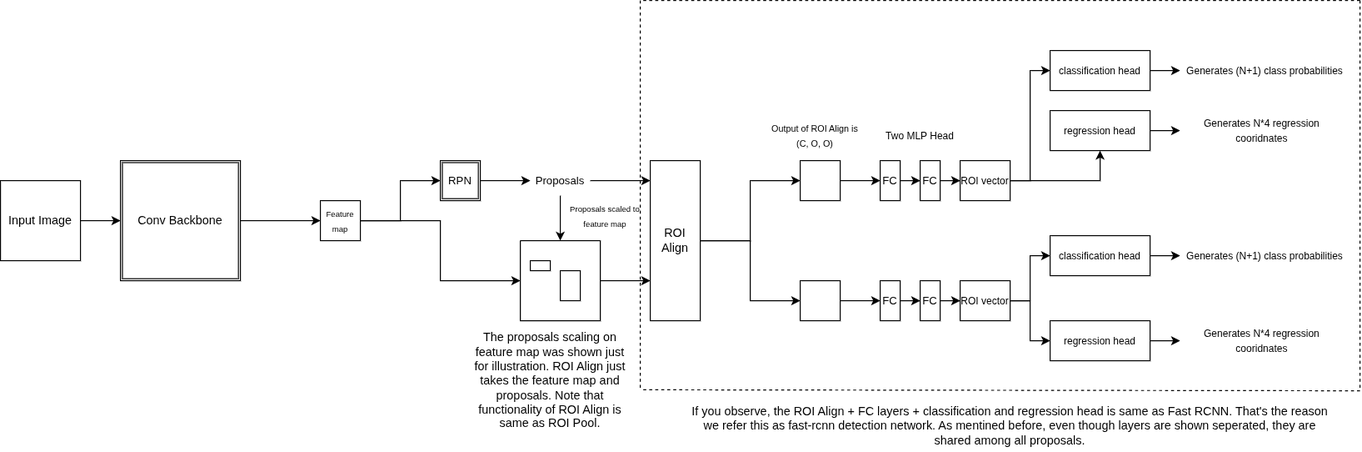
This is images/2-stage-object-detection/faster-rcnn-architecture.png from lumliolum/lumliolum.github.io, a draw.io export, as it was before one commit. Source tidied: cells renumbered, new cells last; positions are measured from the earlier drawing's top-left corner, leaving out a move shared by most shapes.
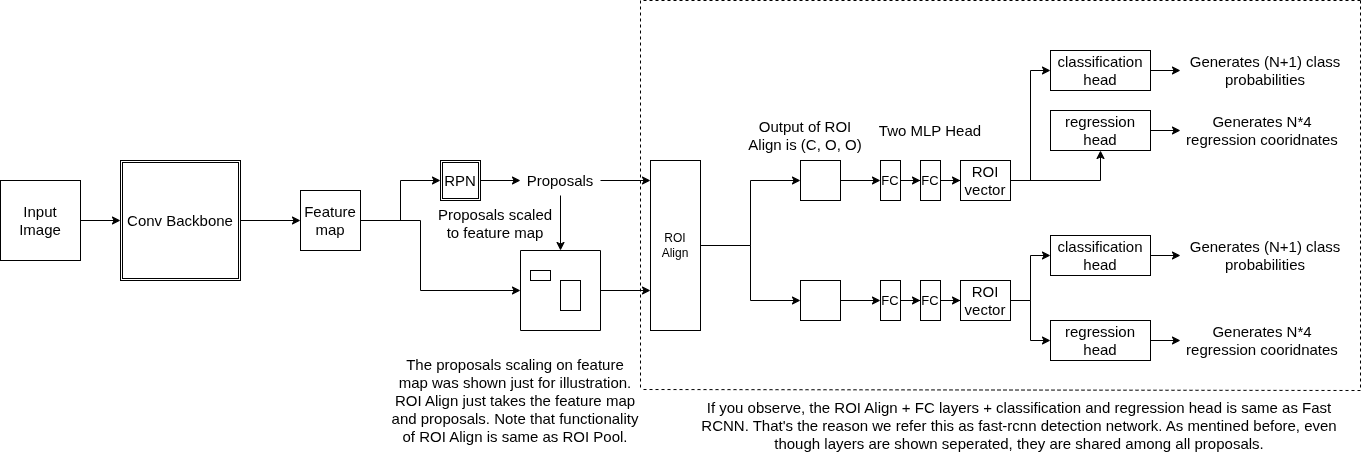
After the change.

Change to the diagram source:
```diff
@@ -5,20 +5,25 @@
     <mxCell id="2" style="edgeStyle=orthogonalEdgeStyle;rounded=0;jettySize=auto;html=1;" parent="1" edge="1" source="3" target="4">
       <mxGeometry relative="1" as="geometry" />
     </mxCell>
-    <mxCell id="3" value="Input Image" style="rounded=0;whiteSpace=wrap;html=1;" parent="1" vertex="1">
+    <mxCell id="3" value="&lt;font style=&quot;font-size: 15px;&quot;&gt;Input Image&lt;/font&gt;" style="rounded=0;whiteSpace=wrap;html=1;" parent="1" vertex="1">
       <mxGeometry y="180" width="80" height="80" as="geometry" />
     </mxCell>
-    <mxCell id="4" value="Conv Backbone" style="shape=ext;double=1;whiteSpace=wrap;html=1;" parent="1" vertex="1">
+    <mxCell id="4" value="&lt;font style=&quot;font-size: 15px;&quot;&gt;Conv Backbone&lt;/font&gt;" style="shape=ext;double=1;whiteSpace=wrap;html=1;" parent="1" vertex="1">
       <mxGeometry x="120" y="160" width="120" height="120" as="geometry" />
     </mxCell>
     <mxCell id="5" style="edgeStyle=orthogonalEdgeStyle;rounded=0;jettySize=auto;html=1;entryX=0;entryY=0.5;entryDx=0;entryDy=0;" parent="1" edge="1" source="7" target="10">
       <mxGeometry relative="1" as="geometry" />
     </mxCell>
     <mxCell id="6" style="edgeStyle=orthogonalEdgeStyle;rounded=0;jettySize=auto;html=1;" parent="1" edge="1" source="7" target="14">
-      <mxGeometry relative="1" as="geometry" />
+      <mxGeometry relative="1" as="geometry">
+        <Array as="points">
+          <mxPoint x="420" y="220" />
+          <mxPoint x="420" y="290" />
+        </Array>
+      </mxGeometry>
     </mxCell>
-    <mxCell id="7" value="&lt;font style=&quot;font-size: 8px;&quot;&gt;Feature map&lt;/font&gt;" style="whiteSpace=wrap;html=1;" parent="1" vertex="1">
-      <mxGeometry x="320" y="200" width="40" height="40" as="geometry" />
+    <mxCell id="7" value="&lt;font style=&quot;font-size: 15px;&quot;&gt;Feature map&lt;/font&gt;" style="whiteSpace=wrap;html=1;" parent="1" vertex="1">
+      <mxGeometry x="300" y="190" width="60" height="60" as="geometry" />
     </mxCell>
     <mxCell id="8" style="endArrow=classic;html=1;rounded=0;exitX=1;exitY=0.5;exitDx=0;exitDy=0;entryX=0;entryY=0.5;entryDx=0;entryDy=0;" parent="1" edge="1" source="4" target="7">
       <mxGeometry relative="1" as="geometry" />
@@ -26,20 +31,33 @@
     <mxCell id="9" style="edgeStyle=orthogonalEdgeStyle;rounded=0;jettySize=auto;html=1;" parent="1" edge="1" source="10" target="12">
       <mxGeometry relative="1" as="geometry" />
     </mxCell>
-    <mxCell id="10" value="&lt;font style=&quot;font-size: 11px;&quot;&gt;RPN&lt;/font&gt;" style="shape=ext;double=1;whiteSpace=wrap;html=1;" parent="1" vertex="1">
+    <mxCell id="10" value="&lt;font style=&quot;font-size: 15px;&quot;&gt;RPN&lt;/font&gt;" style="shape=ext;double=1;whiteSpace=wrap;html=1;" parent="1" vertex="1">
       <mxGeometry x="440" y="160" width="40" height="40" as="geometry" />
     </mxCell>
     <mxCell id="11" style="edgeStyle=orthogonalEdgeStyle;rounded=0;jettySize=auto;html=1;entryX=0.5;entryY=0;entryDx=0;entryDy=0;" parent="1" edge="1" source="12" target="14">
       <mxGeometry relative="1" as="geometry" />
     </mxCell>
+    <mxCell id="21" style="edgeStyle=orthogonalEdgeStyle;rounded=0;jettySize=auto;html=1;" parent="1" edge="1" source="12" target="20">
+      <mxGeometry relative="1" as="geometry">
+        <Array as="points">
+          <mxPoint x="670" y="180" />
+          <mxPoint x="670" y="180" />
+        </Array>
+      </mxGeometry>
+    </mxCell>
-    <mxCell id="12" value="&lt;font style=&quot;font-size: 11px;&quot;&gt;Proposals&lt;/font&gt;" style="text;html=1;align=center;verticalAlign=middle;whiteSpace=wrap;rounded=0;" parent="1" vertex="1">
-      <mxGeometry x="530" y="165" width="60" height="30" as="geometry" />
+    <mxCell id="12" value="&lt;font style=&quot;font-size: 15px;&quot;&gt;Proposals&lt;/font&gt;" style="text;html=1;align=center;verticalAlign=middle;whiteSpace=wrap;rounded=0;" parent="1" vertex="1">
+      <mxGeometry x="520" y="165" width="80" height="30" as="geometry" />
     </mxCell>
-    <mxCell id="13" style="edgeStyle=orthogonalEdgeStyle;rounded=0;jettySize=auto;html=1;entryX=0;entryY=0.75;entryDx=0;entryDy=0;" parent="1" edge="1" source="14" target="20">
-      <mxGeometry relative="1" as="geometry" />
+    <mxCell id="13" style="edgeStyle=orthogonalEdgeStyle;rounded=0;jettySize=auto;html=1;" parent="1" edge="1" source="14" target="20">
+      <mxGeometry relative="1" as="geometry">
+        <Array as="points">
+          <mxPoint x="640" y="290" />
+          <mxPoint x="640" y="290" />
+        </Array>
+      </mxGeometry>
     </mxCell>
     <mxCell id="14" style="swimlane;startSize=0;" parent="1" vertex="1">
-      <mxGeometry x="520" y="240" width="80" height="80" as="geometry" />
+      <mxGeometry x="520" y="250" width="80" height="80" as="geometry" />
     </mxCell>
     <mxCell id="15" style="whiteSpace=wrap;html=1;" parent="14" vertex="1">
       <mxGeometry x="10" y="20" width="20" height="10" as="geometry" />
@@ -47,8 +65,8 @@
     <mxCell id="16" style="whiteSpace=wrap;html=1;" parent="14" vertex="1">
       <mxGeometry x="40" y="30" width="20" height="30" as="geometry" />
     </mxCell>
-    <mxCell id="17" value="&lt;font style=&quot;font-size: 8px;&quot;&gt;Proposals scaled to feature map&lt;/font&gt;" style="text;html=1;align=center;verticalAlign=middle;whiteSpace=wrap;rounded=0;" parent="1" vertex="1">
-      <mxGeometry x="560" y="200" width="90" height="30" as="geometry" />
+    <mxCell id="17" value="&lt;font style=&quot;font-size: 15px;&quot;&gt;Proposals scaled to feature map&lt;/font&gt;" style="text;html=1;align=center;verticalAlign=middle;whiteSpace=wrap;rounded=0;" parent="1" vertex="1">
+      <mxGeometry x="430" y="205" width="130" height="35" as="geometry" />
     </mxCell>
     <mxCell id="18" style="edgeStyle=orthogonalEdgeStyle;rounded=0;jettySize=auto;html=1;entryX=0;entryY=0.5;entryDx=0;entryDy=0;" parent="1" edge="1" source="20" target="24">
       <mxGeometry relative="1" as="geometry" />
@@ -57,13 +75,10 @@
       <mxGeometry relative="1" as="geometry" />
     </mxCell>
     <mxCell id="20" value="ROI Align" style="rounded=0;whiteSpace=wrap;html=1;" parent="1" vertex="1">
-      <mxGeometry x="650" y="160" width="50" height="160" as="geometry" />
+      <mxGeometry x="650" y="160" width="50" height="170" as="geometry" />
     </mxCell>
-    <mxCell id="21" style="edgeStyle=orthogonalEdgeStyle;rounded=0;jettySize=auto;html=1;entryX=0;entryY=0.125;entryDx=0;entryDy=0;entryPerimeter=0;" parent="1" edge="1" source="12" target="20">
-      <mxGeometry relative="1" as="geometry" />
-    </mxCell>
-    <mxCell id="22" value="The proposals scaling on feature map was shown just for illustration. ROI Align just takes the feature map and proposals. Note that functionality of ROI Align is same as ROI Pool." style="text;html=1;align=center;verticalAlign=middle;whiteSpace=wrap;rounded=0;" parent="1" vertex="1">
-      <mxGeometry x="470" y="320" width="160" height="120" as="geometry" />
+    <mxCell id="22" value="&lt;font style=&quot;font-size: 15px;&quot;&gt;The proposals scaling on feature map was shown just for illustration. ROI Align just takes the feature map and proposals. Note that functionality of ROI Align is same as ROI Pool.&lt;/font&gt;" style="text;html=1;align=center;verticalAlign=middle;whiteSpace=wrap;rounded=0;" parent="1" vertex="1">
+      <mxGeometry x="390" y="340" width="250" height="120" as="geometry" />
     </mxCell>
     <mxCell id="23" style="edgeStyle=orthogonalEdgeStyle;rounded=0;jettySize=auto;html=1;" parent="1" edge="1" source="24" target="41">
       <mxGeometry relative="1" as="geometry" />
@@ -77,8 +92,8 @@
     <mxCell id="26" style="whiteSpace=wrap;html=1;" parent="1" vertex="1">
       <mxGeometry x="800" y="280" width="40" height="40" as="geometry" />
     </mxCell>
-    <mxCell id="27" value="&lt;font style=&quot;font-size: 9px;&quot;&gt;Output of ROI Align is (C, O, O)&lt;/font&gt;" style="text;html=1;strokeColor=none;fillColor=none;align=center;verticalAlign=middle;whiteSpace=wrap;rounded=0;" parent="1" vertex="1">
-      <mxGeometry x="770" y="120" width="90" height="30" as="geometry" />
+    <mxCell id="27" value="&lt;font style=&quot;font-size: 15px;&quot;&gt;Output of ROI Align is (C, O, O)&lt;/font&gt;" style="text;html=1;strokeColor=none;fillColor=none;align=center;verticalAlign=middle;whiteSpace=wrap;rounded=0;" parent="1" vertex="1">
+      <mxGeometry x="740" y="95" width="130" height="80" as="geometry" />
     </mxCell>
     <mxCell id="28" style="edgeStyle=orthogonalEdgeStyle;rounded=0;jettySize=auto;html=1;" parent="1" edge="1" source="41" target="30">
       <mxGeometry relative="1" as="geometry" />
@@ -86,7 +101,7 @@
     <mxCell id="29" style="edgeStyle=orthogonalEdgeStyle;rounded=0;jettySize=auto;html=1;" parent="1" edge="1" source="30" target="33">
       <mxGeometry relative="1" as="geometry" />
     </mxCell>
-    <mxCell id="30" value="&lt;font style=&quot;font-size: 11px;&quot;&gt;FC&lt;/font&gt;" style="rounded=0;whiteSpace=wrap;html=1;" parent="1" vertex="1">
+    <mxCell id="30" value="&lt;font style=&quot;font-size: 13px;&quot;&gt;FC&lt;/font&gt;" style="rounded=0;whiteSpace=wrap;html=1;" parent="1" vertex="1">
       <mxGeometry x="920" y="160" width="20" height="40" as="geometry" />
     </mxCell>
     <mxCell id="31" style="edgeStyle=orthogonalEdgeStyle;rounded=0;jettySize=auto;html=1;entryX=0;entryY=0.5;entryDx=0;entryDy=0;" parent="1" edge="1" source="33" target="35">
@@ -95,31 +110,31 @@
     <mxCell id="32" style="edgeStyle=orthogonalEdgeStyle;rounded=0;jettySize=auto;html=1;" parent="1" edge="1" source="33" target="38">
       <mxGeometry relative="1" as="geometry" />
     </mxCell>
-    <mxCell id="33" value="&lt;font style=&quot;font-size: 10px;&quot;&gt;ROI vector&lt;/font&gt;" style="rounded=0;whiteSpace=wrap;html=1;" parent="1" vertex="1">
+    <mxCell id="33" value="&lt;font style=&quot;font-size: 15px;&quot;&gt;ROI vector&lt;/font&gt;" style="rounded=0;whiteSpace=wrap;html=1;" parent="1" vertex="1">
       <mxGeometry x="960" y="160" width="50" height="40" as="geometry" />
     </mxCell>
     <mxCell id="34" style="edgeStyle=orthogonalEdgeStyle;rounded=0;jettySize=auto;html=1;" parent="1" edge="1" source="35" target="36">
       <mxGeometry relative="1" as="geometry" />
     </mxCell>
-    <mxCell id="35" value="&lt;font style=&quot;font-size: 10px;&quot;&gt;classification head&lt;/font&gt;" style="whiteSpace=wrap;html=1;rounded=0;" parent="1" vertex="1">
+    <mxCell id="35" value="&lt;font style=&quot;font-size: 15px;&quot;&gt;classification head&lt;/font&gt;" style="whiteSpace=wrap;html=1;rounded=0;" parent="1" vertex="1">
       <mxGeometry x="1050" y="50" width="100" height="40" as="geometry" />
     </mxCell>
-    <mxCell id="36" value="&lt;font style=&quot;font-size: 10px;&quot;&gt;Generates (N+1) class probabilities&lt;/font&gt;" style="text;html=1;strokeColor=none;fillColor=none;align=center;verticalAlign=middle;whiteSpace=wrap;rounded=0;" parent="1" vertex="1">
+    <mxCell id="36" value="&lt;font style=&quot;font-size: 15px;&quot;&gt;Generates (N+1) class probabilities&lt;/font&gt;" style="text;html=1;strokeColor=none;fillColor=none;align=center;verticalAlign=middle;whiteSpace=wrap;rounded=0;" parent="1" vertex="1">
       <mxGeometry x="1180" y="55" width="170" height="30" as="geometry" />
     </mxCell>
     <mxCell id="37" style="edgeStyle=orthogonalEdgeStyle;rounded=0;jettySize=auto;html=1;" parent="1" edge="1" source="38" target="39">
       <mxGeometry relative="1" as="geometry" />
     </mxCell>
-    <mxCell id="38" value="&lt;font style=&quot;font-size: 10px;&quot;&gt;regression head&lt;/font&gt;" style="whiteSpace=wrap;html=1;rounded=0;" parent="1" vertex="1">
+    <mxCell id="38" value="&lt;font style=&quot;font-size: 15px;&quot;&gt;regression head&lt;/font&gt;" style="whiteSpace=wrap;html=1;rounded=0;" parent="1" vertex="1">
       <mxGeometry x="1050" y="110" width="100" height="40" as="geometry" />
     </mxCell>
-    <mxCell id="39" value="&lt;font style=&quot;font-size: 10px;&quot;&gt;Generates N*4 regression cooridnates&lt;/font&gt;" style="text;html=1;strokeColor=none;fillColor=none;align=center;verticalAlign=middle;whiteSpace=wrap;rounded=0;" parent="1" vertex="1">
+    <mxCell id="39" value="&lt;font style=&quot;font-size: 15px;&quot;&gt;Generates N*4 regression cooridnates&lt;/font&gt;" style="text;html=1;strokeColor=none;fillColor=none;align=center;verticalAlign=middle;whiteSpace=wrap;rounded=0;" parent="1" vertex="1">
       <mxGeometry x="1180" y="115" width="164" height="30" as="geometry" />
     </mxCell>
-    <mxCell id="40" value="&lt;font style=&quot;font-size: 10px;&quot;&gt;Two MLP Head&lt;/font&gt;" style="text;html=1;strokeColor=none;fillColor=none;align=center;verticalAlign=middle;whiteSpace=wrap;rounded=0;" parent="1" vertex="1">
-      <mxGeometry x="880" y="120" width="80" height="30" as="geometry" />
+    <mxCell id="40" value="&lt;font style=&quot;font-size: 15px;&quot;&gt;Two MLP Head&lt;/font&gt;" style="text;html=1;strokeColor=none;fillColor=none;align=center;verticalAlign=middle;whiteSpace=wrap;rounded=0;" parent="1" vertex="1">
+      <mxGeometry x="870" y="115" width="120" height="30" as="geometry" />
     </mxCell>
-    <mxCell id="41" value="&lt;font style=&quot;font-size: 11px;&quot;&gt;FC&lt;/font&gt;" style="rounded=0;whiteSpace=wrap;html=1;" parent="1" vertex="1">
+    <mxCell id="41" value="&lt;font style=&quot;font-size: 13px;&quot;&gt;FC&lt;/font&gt;" style="rounded=0;whiteSpace=wrap;html=1;" parent="1" vertex="1">
       <mxGeometry x="880" y="160" width="20" height="40" as="geometry" />
     </mxCell>
     <mxCell id="42" style="edgeStyle=orthogonalEdgeStyle;rounded=0;jettySize=auto;html=1;" parent="1" edge="1" source="54" target="44">
@@ -128,7 +143,7 @@
     <mxCell id="43" style="edgeStyle=orthogonalEdgeStyle;rounded=0;jettySize=auto;html=1;" parent="1" edge="1" source="44" target="47">
       <mxGeometry relative="1" as="geometry" />
     </mxCell>
-    <mxCell id="44" value="&lt;font style=&quot;font-size: 11px;&quot;&gt;FC&lt;/font&gt;" style="rounded=0;whiteSpace=wrap;html=1;" parent="1" vertex="1">
+    <mxCell id="44" value="&lt;font style=&quot;font-size: 13px;&quot;&gt;FC&lt;/font&gt;" style="rounded=0;whiteSpace=wrap;html=1;" parent="1" vertex="1">
       <mxGeometry x="920" y="280" width="20" height="40" as="geometry" />
     </mxCell>
     <mxCell id="45" style="edgeStyle=orthogonalEdgeStyle;rounded=0;jettySize=auto;html=1;entryX=0;entryY=0.5;entryDx=0;entryDy=0;" parent="1" edge="1" source="47" target="49">
@@ -137,28 +152,28 @@
     <mxCell id="46" style="edgeStyle=orthogonalEdgeStyle;rounded=0;jettySize=auto;html=1;" parent="1" edge="1" source="47" target="52">
       <mxGeometry relative="1" as="geometry" />
     </mxCell>
-    <mxCell id="47" value="&lt;font style=&quot;font-size: 10px;&quot;&gt;ROI vector&lt;/font&gt;" style="rounded=0;whiteSpace=wrap;html=1;" parent="1" vertex="1">
+    <mxCell id="47" value="&lt;font style=&quot;font-size: 15px;&quot;&gt;ROI vector&lt;/font&gt;" style="rounded=0;whiteSpace=wrap;html=1;" parent="1" vertex="1">
       <mxGeometry x="960" y="280" width="50" height="40" as="geometry" />
     </mxCell>
     <mxCell id="48" style="edgeStyle=orthogonalEdgeStyle;rounded=0;jettySize=auto;html=1;" parent="1" edge="1" source="49" target="50">
       <mxGeometry relative="1" as="geometry" />
     </mxCell>
-    <mxCell id="49" value="&lt;font style=&quot;font-size: 10px;&quot;&gt;classification head&lt;/font&gt;" style="whiteSpace=wrap;html=1;rounded=0;" parent="1" vertex="1">
+    <mxCell id="49" value="&lt;font style=&quot;font-size: 15px;&quot;&gt;classification head&lt;/font&gt;" style="whiteSpace=wrap;html=1;rounded=0;" parent="1" vertex="1">
       <mxGeometry x="1050" y="235" width="100" height="40" as="geometry" />
     </mxCell>
-    <mxCell id="50" value="&lt;font style=&quot;font-size: 10px;&quot;&gt;Generates (N+1) class probabilities&lt;/font&gt;" style="text;html=1;strokeColor=none;fillColor=none;align=center;verticalAlign=middle;whiteSpace=wrap;rounded=0;" parent="1" vertex="1">
+    <mxCell id="50" value="&lt;font style=&quot;font-size: 15px;&quot;&gt;Generates (N+1) class probabilities&lt;/font&gt;" style="text;html=1;strokeColor=none;fillColor=none;align=center;verticalAlign=middle;whiteSpace=wrap;rounded=0;" parent="1" vertex="1">
       <mxGeometry x="1180" y="240" width="170" height="30" as="geometry" />
     </mxCell>
     <mxCell id="51" style="edgeStyle=orthogonalEdgeStyle;rounded=0;jettySize=auto;html=1;" parent="1" edge="1" source="52" target="53">
       <mxGeometry relative="1" as="geometry" />
     </mxCell>
-    <mxCell id="52" value="&lt;font style=&quot;font-size: 10px;&quot;&gt;regression head&lt;/font&gt;" style="whiteSpace=wrap;html=1;rounded=0;" parent="1" vertex="1">
+    <mxCell id="52" value="&lt;font style=&quot;font-size: 15px;&quot;&gt;regression head&lt;/font&gt;" style="whiteSpace=wrap;html=1;rounded=0;" parent="1" vertex="1">
       <mxGeometry x="1050" y="320" width="100" height="40" as="geometry" />
     </mxCell>
-    <mxCell id="53" value="&lt;font style=&quot;font-size: 10px;&quot;&gt;Generates N*4 regression cooridnates&lt;/font&gt;" style="text;html=1;strokeColor=none;fillColor=none;align=center;verticalAlign=middle;whiteSpace=wrap;rounded=0;" parent="1" vertex="1">
+    <mxCell id="53" value="&lt;font style=&quot;font-size: 15px;&quot;&gt;Generates N*4 regression cooridnates&lt;/font&gt;" style="text;html=1;strokeColor=none;fillColor=none;align=center;verticalAlign=middle;whiteSpace=wrap;rounded=0;" parent="1" vertex="1">
       <mxGeometry x="1180" y="325" width="164" height="30" as="geometry" />
     </mxCell>
-    <mxCell id="54" value="&lt;font style=&quot;font-size: 11px;&quot;&gt;FC&lt;/font&gt;" style="rounded=0;whiteSpace=wrap;html=1;" parent="1" vertex="1">
+    <mxCell id="54" value="&lt;font style=&quot;font-size: 13px;&quot;&gt;FC&lt;/font&gt;" style="rounded=0;whiteSpace=wrap;html=1;" parent="1" vertex="1">
       <mxGeometry x="880" y="280" width="20" height="40" as="geometry" />
     </mxCell>
     <mxCell id="55" style="endArrow=none;dashed=1;html=1;rounded=0;" parent="1" edge="1">
@@ -185,8 +200,8 @@
         <mxPoint x="1360" y="390" as="targetPoint" />
       </mxGeometry>
     </mxCell>
-    <mxCell id="59" value="If you observe, the ROI Align + FC layers + classification and regression head is same as Fast RCNN. That's the reason we refer this as fast-rcnn detection network. As mentined before, even though layers are shown seperated, they are shared among all proposals." style="text;html=1;align=center;verticalAlign=middle;whiteSpace=wrap;rounded=0;" parent="1" vertex="1">
-      <mxGeometry x="690" y="400" width="640" height="50" as="geometry" />
+    <mxCell id="59" value="&lt;font style=&quot;font-size: 15px;&quot;&gt;If you observe, the ROI Align + FC layers + classification and regression head is same as Fast RCNN. That's the reason we refer this as fast-rcnn detection network. As mentined before, even though layers are shown seperated, they are shared among all proposals.&lt;/font&gt;" style="text;html=1;align=center;verticalAlign=middle;whiteSpace=wrap;rounded=0;" parent="1" vertex="1">
+      <mxGeometry x="694" y="390" width="650" height="70" as="geometry" />
     </mxCell>
   </root>
 </mxGraphModel>
```
